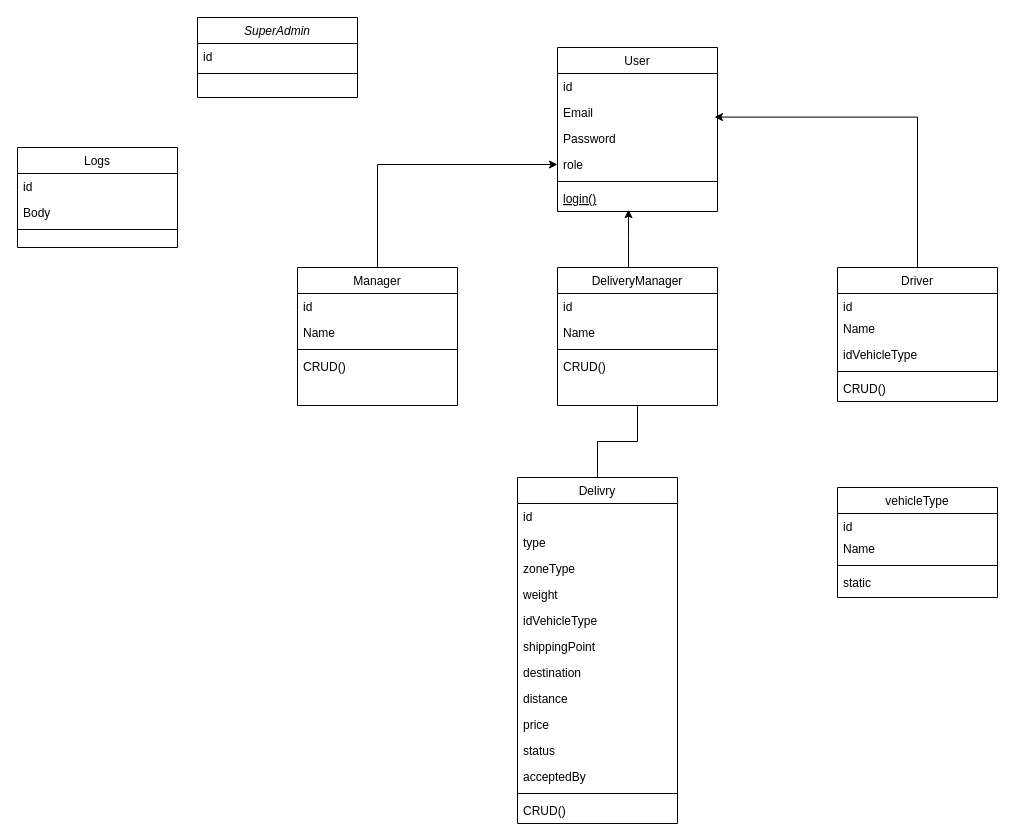
Before: UML/Untitled Diagram.drawio in yassineelhoubi/DeliveryManagement, a draw.io diagram. Source tidied: cells renumbered, new cells numbered last; positions are measured from the earlier drawing's top-left corner, leaving out a move shared by most shapes. Both pictures are drawn from the tidied source at 100%, with x=0, y=0 at pixel (17, 17).
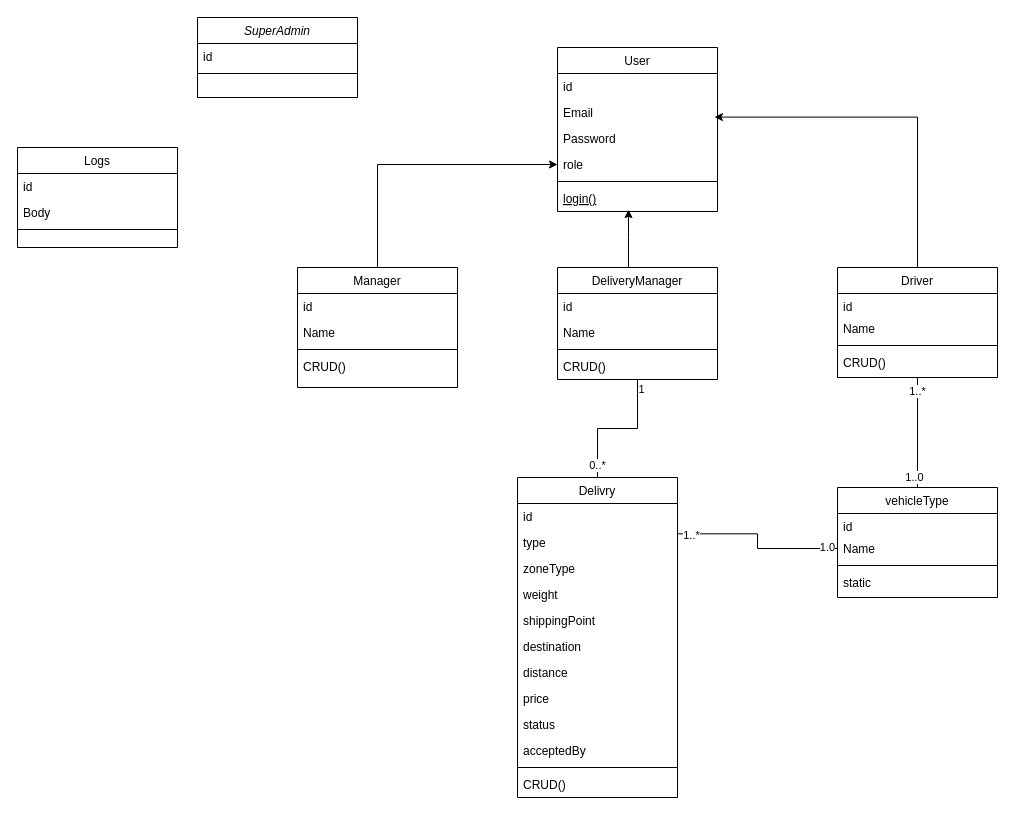
The same page after the edit.

Commit message:
update class diagram

Unchanged cells that the change refers to:
```xml
<mxCell id="26" style="edgeStyle=orthogonalEdgeStyle;rounded=0;jettySize=auto;html=1;entryX=0.5;entryY=0;entryDx=0;entryDy=0;endArrow=none;endFill=0;" parent="1" edge="1" source="27" target="36">
  <mxGeometry relative="1" as="geometry" />
</mxCell>
<mxCell id="38" value="type" style="text;align=left;verticalAlign=top;spacingLeft=4;spacingRight=4;overflow=hidden;points=[[0,0.5],[1,0.5]];portConstraint=eastwest;rounded=0;shadow=0;html=0;" parent="36" vertex="1">
  <mxGeometry y="52" width="160" height="26" as="geometry" />
</mxCell>
<mxCell id="50" value="vehicleType" style="swimlane;fontStyle=0;align=center;verticalAlign=top;horizontal=1;startSize=26;rounded=0;shadow=0;strokeWidth=1;" parent="1" vertex="1">
  <mxGeometry x="820" y="470" width="160" height="110" as="geometry" />
</mxCell>
<mxCell id="52" value="Name" style="text;align=left;verticalAlign=top;spacingLeft=4;spacingRight=4;overflow=hidden;points=[[0,0.5],[1,0.5]];portConstraint=eastwest;rounded=0;shadow=0;html=0;" parent="50" vertex="1">
  <mxGeometry y="48" width="160" height="26" as="geometry" />
</mxCell>
```

The edit, as a diff of the source:
```diff
@@
     <mxCell id="13" value="Manager&#10;" style="swimlane;fontStyle=0;align=center;verticalAlign=top;horizontal=1;startSize=26;rounded=0;shadow=0;strokeWidth=1;" parent="1" vertex="1">
-      <mxGeometry x="280" y="250" width="160" height="138" as="geometry" />
+      <mxGeometry x="280" y="250" width="160" height="120" as="geometry" />
     </mxCell>
@@
     <mxCell id="19" value="Driver" style="swimlane;fontStyle=0;align=center;verticalAlign=top;horizontal=1;startSize=26;rounded=0;shadow=0;strokeWidth=1;" parent="1" vertex="1">
-      <mxGeometry x="820" y="250" width="160" height="134" as="geometry" />
+      <mxGeometry x="820" y="250" width="160" height="110" as="geometry" />
     </mxCell>
@@
-    <mxCell id="22" value="idVehicleType" style="text;align=left;verticalAlign=top;spacingLeft=4;spacingRight=4;overflow=hidden;rounded=0;shadow=0;html=0;" parent="19" vertex="1">
-      <mxGeometry y="74" width="160" height="26" as="geometry" />
-    </mxCell>
     <mxCell id="23" style="line;html=1;strokeWidth=1;align=left;verticalAlign=middle;spacingTop=-1;spacingLeft=3;spacingRight=3;labelPosition=right;" parent="19" vertex="1">
-      <mxGeometry y="100" width="160" height="8" as="geometry" />
+      <mxGeometry y="74" width="160" height="8" as="geometry" />
     </mxCell>
     <mxCell id="24" value="CRUD()" style="text;align=left;verticalAlign=top;spacingLeft=4;spacingRight=4;overflow=hidden;" parent="19" vertex="1">
-      <mxGeometry y="108" width="160" height="26" as="geometry" />
+      <mxGeometry y="82" width="160" height="26" as="geometry" />
     </mxCell>
@@
+    <mxCell id="55" value="0..*" style="edgeLabel;html=1;align=center;verticalAlign=middle;" parent="26" vertex="1">
+      <mxGeometry x="0.81" y="-1" relative="1" as="geometry" />
+    </mxCell>
+    <mxCell id="56" value="1" style="edgeLabel;html=1;align=center;verticalAlign=middle;" parent="26" vertex="1">
+      <mxGeometry x="-0.87" y="3" relative="1" as="geometry" />
+    </mxCell>
     <mxCell id="27" value="DeliveryManager&#10;" style="swimlane;fontStyle=0;align=center;verticalAlign=top;horizontal=1;startSize=26;rounded=0;shadow=0;strokeWidth=1;" parent="1" vertex="1">
-      <mxGeometry x="540" y="250" width="160" height="138" as="geometry" />
+      <mxGeometry x="540" y="250" width="160" height="112" as="geometry" />
     </mxCell>
@@
     <mxCell id="36" value="Delivry" style="swimlane;fontStyle=0;align=center;verticalAlign=top;horizontal=1;startSize=26;rounded=0;shadow=0;strokeWidth=1;" parent="1" vertex="1">
-      <mxGeometry x="500" y="460" width="160" height="346" as="geometry" />
+      <mxGeometry x="500" y="460" width="160" height="320" as="geometry" />
     </mxCell>
@@
-    <mxCell id="41" value="idVehicleType" style="text;align=left;verticalAlign=top;spacingLeft=4;spacingRight=4;overflow=hidden;rounded=0;shadow=0;html=0;" parent="36" vertex="1">
-      <mxGeometry y="130" width="160" height="26" as="geometry" />
-    </mxCell>
     <mxCell id="42" value="shippingPoint" style="text;align=left;verticalAlign=top;spacingLeft=4;spacingRight=4;overflow=hidden;rounded=0;shadow=0;html=0;" parent="36" vertex="1">
-      <mxGeometry y="156" width="160" height="26" as="geometry" />
+      <mxGeometry y="130" width="160" height="26" as="geometry" />
     </mxCell>
     <mxCell id="43" value="destination" style="text;align=left;verticalAlign=top;spacingLeft=4;spacingRight=4;overflow=hidden;rounded=0;shadow=0;html=0;" parent="36" vertex="1">
-      <mxGeometry y="182" width="160" height="26" as="geometry" />
+      <mxGeometry y="156" width="160" height="26" as="geometry" />
     </mxCell>
     <mxCell id="44" value="distance" style="text;align=left;verticalAlign=top;spacingLeft=4;spacingRight=4;overflow=hidden;rounded=0;shadow=0;html=0;" parent="36" vertex="1">
-      <mxGeometry y="208" width="160" height="26" as="geometry" />
+      <mxGeometry y="182" width="160" height="26" as="geometry" />
     </mxCell>
     <mxCell id="45" value="price" style="text;align=left;verticalAlign=top;spacingLeft=4;spacingRight=4;overflow=hidden;rounded=0;shadow=0;html=0;" parent="36" vertex="1">
-      <mxGeometry y="234" width="160" height="26" as="geometry" />
+      <mxGeometry y="208" width="160" height="26" as="geometry" />
     </mxCell>
     <mxCell id="46" value="status" style="text;align=left;verticalAlign=top;spacingLeft=4;spacingRight=4;overflow=hidden;rounded=0;shadow=0;html=0;" parent="36" vertex="1">
-      <mxGeometry y="260" width="160" height="26" as="geometry" />
+      <mxGeometry y="234" width="160" height="26" as="geometry" />
     </mxCell>
     <mxCell id="47" value="acceptedBy" style="text;align=left;verticalAlign=top;spacingLeft=4;spacingRight=4;overflow=hidden;rounded=0;shadow=0;html=0;" parent="36" vertex="1">
-      <mxGeometry y="286" width="160" height="26" as="geometry" />
+      <mxGeometry y="260" width="160" height="26" as="geometry" />
     </mxCell>
     <mxCell id="48" style="line;html=1;strokeWidth=1;align=left;verticalAlign=middle;spacingTop=-1;spacingLeft=3;spacingRight=3;labelPosition=right;" parent="36" vertex="1">
-      <mxGeometry y="312" width="160" height="8" as="geometry" />
+      <mxGeometry y="286" width="160" height="8" as="geometry" />
     </mxCell>
     <mxCell id="49" value="CRUD()" style="text;align=left;verticalAlign=top;spacingLeft=4;spacingRight=4;overflow=hidden;" parent="36" vertex="1">
-      <mxGeometry y="320" width="160" height="26" as="geometry" />
+      <mxGeometry y="294" width="160" height="26" as="geometry" />
     </mxCell>
+    <mxCell id="57" style="edgeStyle=orthogonalEdgeStyle;rounded=0;jettySize=auto;html=1;endArrow=none;endFill=0;entryX=0.5;entryY=1;entryDx=0;entryDy=0;" parent="1" edge="1" source="50" target="19">
+      <mxGeometry relative="1" as="geometry" />
+    </mxCell>
+    <mxCell id="58" value="1..0" style="edgeLabel;html=1;align=center;verticalAlign=middle;" parent="57" vertex="1">
+      <mxGeometry x="-0.8" y="4" relative="1" as="geometry" />
+    </mxCell>
+    <mxCell id="59" value="1..*" style="edgeLabel;html=1;align=center;verticalAlign=middle;" parent="57" vertex="1">
+      <mxGeometry x="0.77" y="1" relative="1" as="geometry" />
+    </mxCell>
@@
+    <mxCell id="60" style="edgeStyle=orthogonalEdgeStyle;rounded=0;jettySize=auto;html=1;entryX=1.001;entryY=0.166;entryDx=0;entryDy=0;entryPerimeter=0;endArrow=none;endFill=0;" parent="1" edge="1" source="52" target="38">
+      <mxGeometry relative="1" as="geometry" />
+    </mxCell>
+    <mxCell id="61" value="1..*" style="edgeLabel;html=1;align=center;verticalAlign=middle;" parent="60" vertex="1">
+      <mxGeometry x="0.85" y="1" relative="1" as="geometry" />
+    </mxCell>
+    <mxCell id="62" value="1.0" style="edgeLabel;html=1;align=center;verticalAlign=middle;" parent="60" vertex="1">
+      <mxGeometry x="-0.87" y="-2" relative="1" as="geometry" />
+    </mxCell>
```
